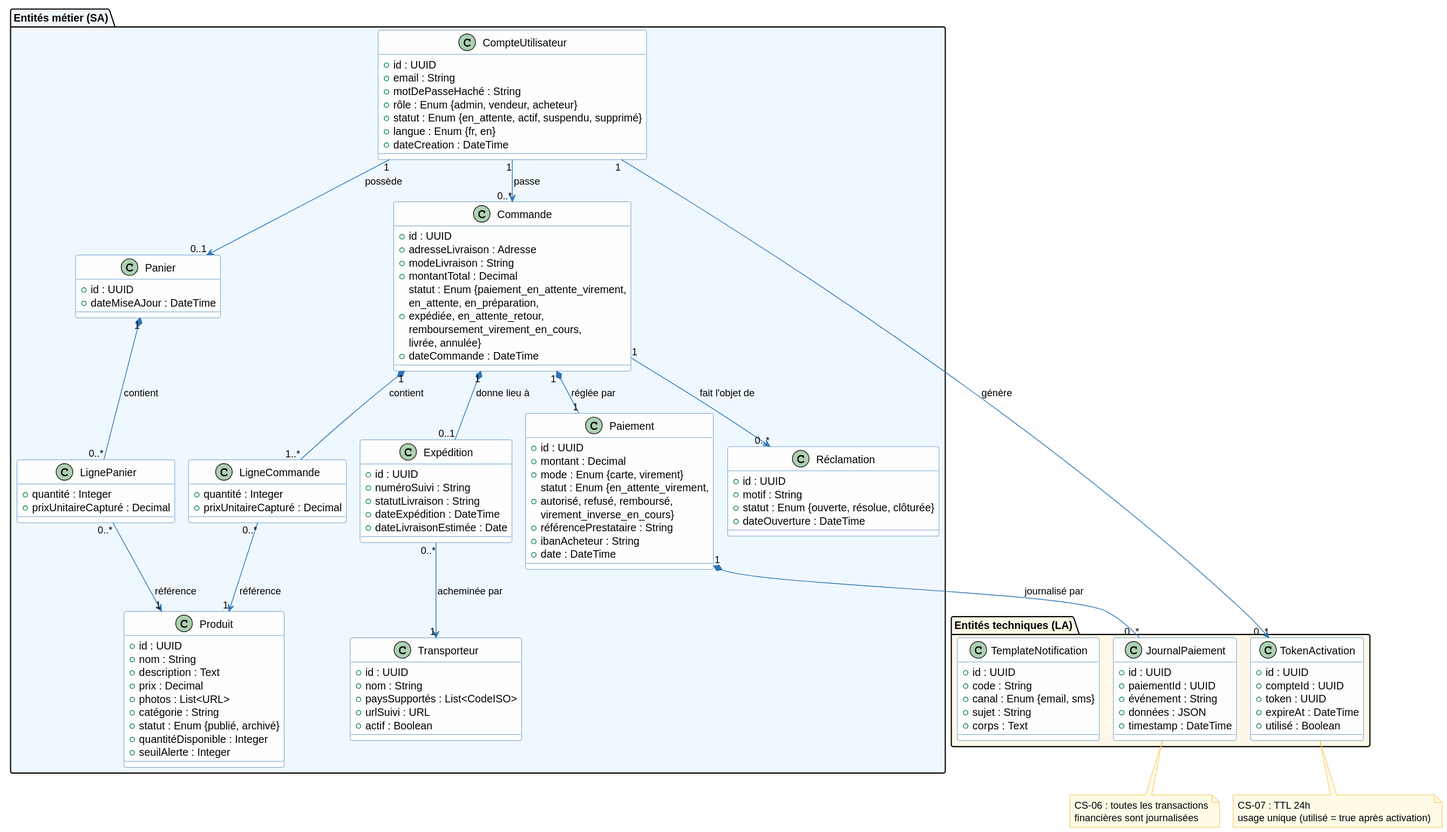
This is architecture/03-logical-architecture/diagrams/la-classes.svg from louistalvande/online_shop, a PlantUML export, as it was before one commit.
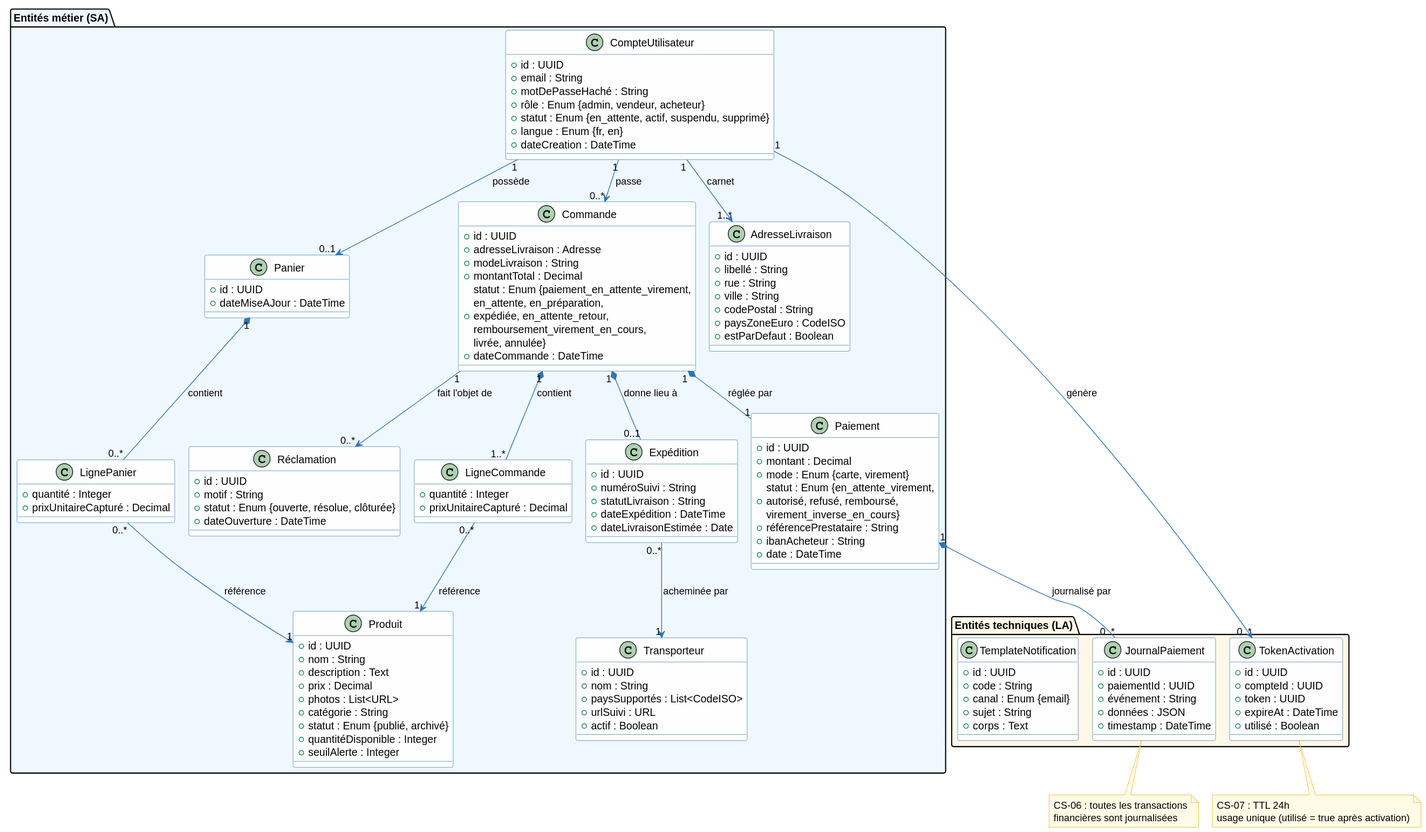
Later version of the same file.

Diff of the diagram source:
```diff
@@ -15,6 +15,16 @@
     + statut : Enum {en_attente, actif, suspendu, supprimé}
     + langue : Enum {fr, en}
     + dateCreation : DateTime
+  }
+
+  class AdresseLivraison {
+    + id : UUID
+    + libellé : String
+    + rue : String
+    + ville : String
+    + codePostal : String
+    + paysZoneEuro : CodeISO
+    + estParDefaut : Boolean
   }
 
   class Produit {
@@ -108,13 +118,14 @@
   class TemplateNotification {
     + id : UUID
     + code : String
-    + canal : Enum {email, sms}
+    + canal : Enum {email}
     + sujet : String
     + corps : Text
   }
 }
 
 CompteUtilisateur "1" --> "0..*" TokenActivation : génère
+CompteUtilisateur "1" --> "1..*" AdresseLivraison : carnet
 CompteUtilisateur "1" --> "0..1" Panier : possède
 CompteUtilisateur "1" --> "0..*" Commande : passe
 Panier "1" *-- "0..*" LignePanier : contient
```
